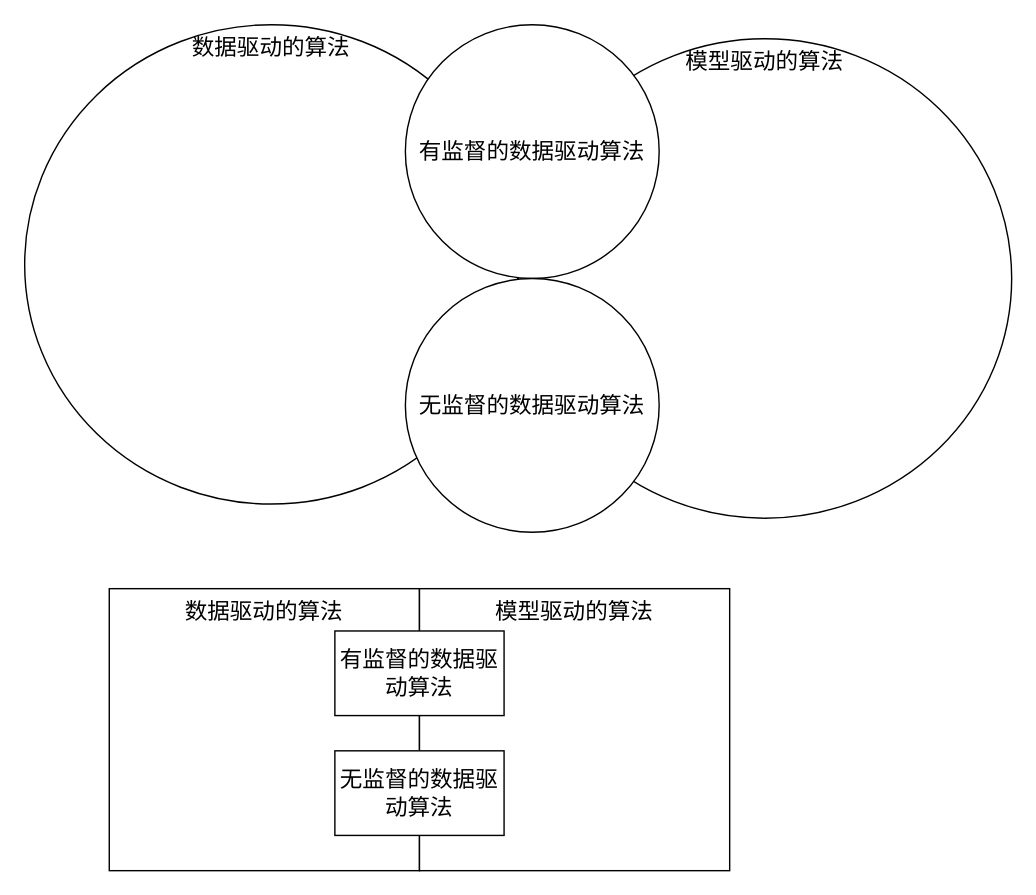
This is 未命名绘图.drawio from weTerence/forOnlineDrawio, a draw.io file, before an edit. Source tidied: cells renumbered, new cells numbered last; positions are measured from the earlier drawing's top-left corner, leaving out a move shared by most shapes. Both pictures are drawn from the tidied source at 141%, with x=0, y=0 at pixel (24, 24).
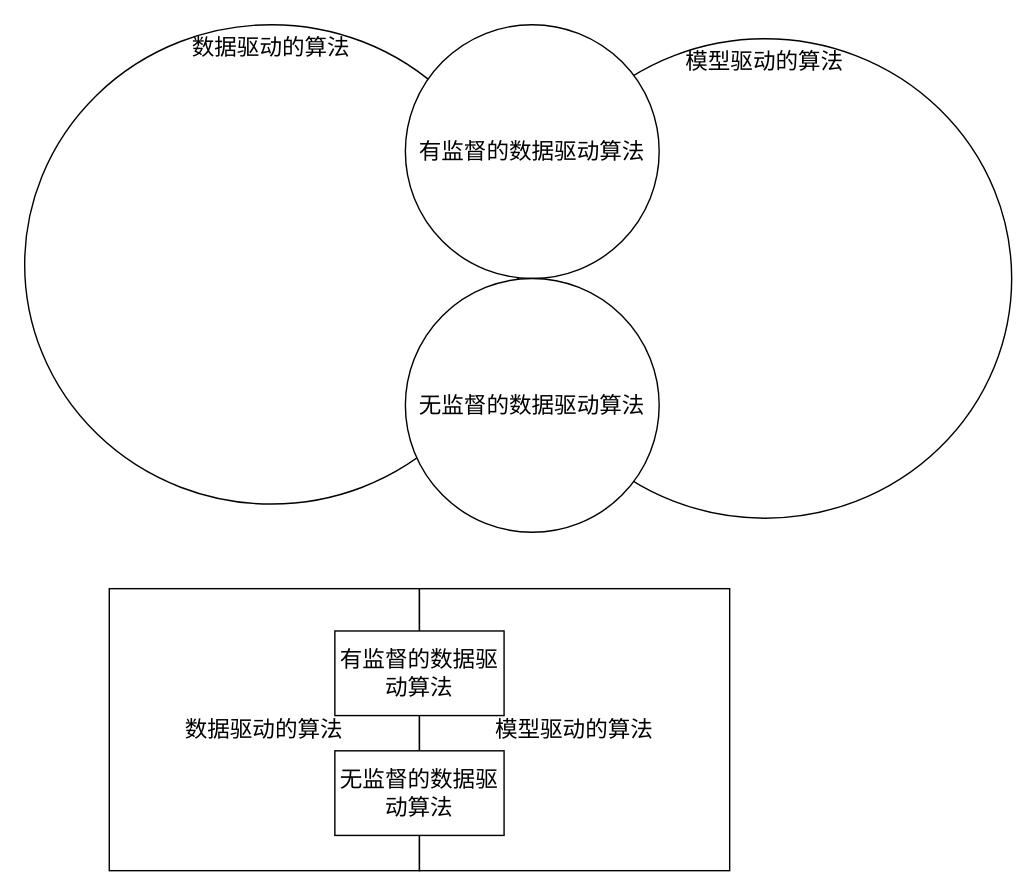
The same diagram, later.

Commit message (it also covers changes not shown here):
更新未命名绘图.drawio

Change to the diagram source:
```diff
@@
 <mxGraphModel>
   <root>
     <mxCell id="0" />
     <mxCell id="1" parent="0" />
     <mxCell id="2" value="数据驱动的算法" style="ellipse;whiteSpace=wrap;html=1;verticalAlign=top;fontSize=16;fontFamily=Times New Roman;" parent="1" vertex="1">
       <mxGeometry width="350" height="340" as="geometry" />
     </mxCell>
     <mxCell id="3" value="模型驱动的算法" style="ellipse;whiteSpace=wrap;html=1;verticalAlign=top;fontSize=16;fontFamily=Times New Roman;" parent="1" vertex="1">
       <mxGeometry x="350" y="10" width="350" height="340" as="geometry" />
     </mxCell>
     <mxCell id="4" value="有监督的数据驱动算法" style="ellipse;whiteSpace=wrap;html=1;fontSize=16;fontFamily=Times New Roman;" parent="1" vertex="1">
       <mxGeometry x="270" width="180" height="180" as="geometry" />
     </mxCell>
     <mxCell id="5" value="无监督的数据驱动算法" style="ellipse;whiteSpace=wrap;html=1;fontSize=16;fontFamily=Times New Roman;" parent="1" vertex="1">
       <mxGeometry x="270" y="180" width="180" height="180" as="geometry" />
     </mxCell>
-    <mxCell id="6" value="数据驱动的算法" style="rounded=0;whiteSpace=wrap;html=1;fontFamily=Times New Roman;fontSize=16;verticalAlign=top;" parent="1" vertex="1">
+    <mxCell id="6" value="数据驱动的算法" style="rounded=0;whiteSpace=wrap;html=1;fontFamily=Times New Roman;fontSize=16;verticalAlign=middle;" parent="1" vertex="1">
       <mxGeometry x="60" y="400" width="220" height="200" as="geometry" />
     </mxCell>
-    <mxCell id="7" value="模型驱动的算法" style="rounded=0;whiteSpace=wrap;html=1;fontFamily=Times New Roman;fontSize=16;verticalAlign=top;" parent="1" vertex="1">
+    <mxCell id="7" value="模型驱动的算法" style="rounded=0;whiteSpace=wrap;html=1;fontFamily=Times New Roman;fontSize=16;verticalAlign=middle;" parent="1" vertex="1">
       <mxGeometry x="280" y="400" width="220" height="200" as="geometry" />
     </mxCell>
     <mxCell id="8" value="有监督的数据驱动算法" style="rounded=0;whiteSpace=wrap;html=1;fontFamily=Times New Roman;fontSize=16;" parent="1" vertex="1">
       <mxGeometry x="220" y="430" width="120" height="60" as="geometry" />
     </mxCell>
     <mxCell id="9" value="无监督的数据驱动算法" style="rounded=0;whiteSpace=wrap;html=1;fontFamily=Times New Roman;fontSize=16;" parent="1" vertex="1">
       <mxGeometry x="220" y="515" width="120" height="60" as="geometry" />
     </mxCell>
   </root>
 </mxGraphModel>
```
